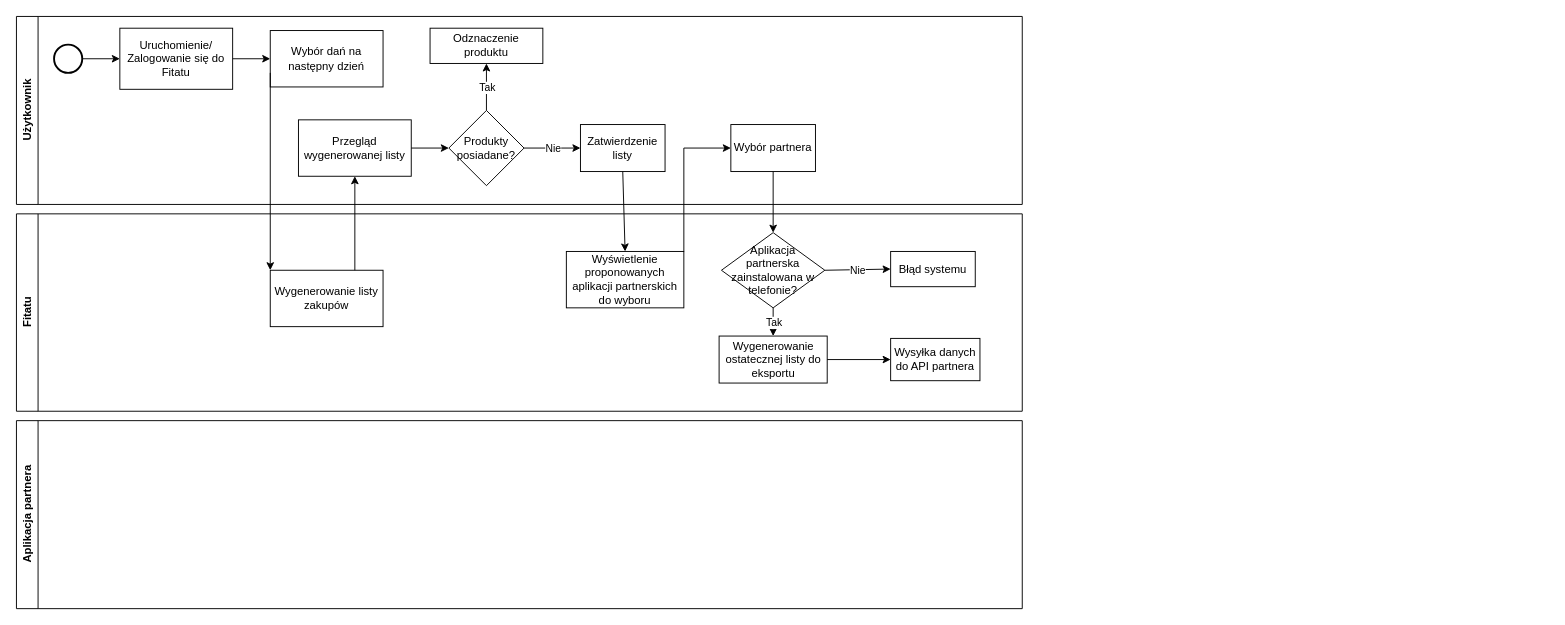
The draw.io diagram diagram.drawio in Patrycja97/fitatu, before the edit. Source tidied: cells renumbered, new cells numbered last; positions are measured from the earlier drawing's top-left corner, leaving out a move shared by most shapes. Both pictures are drawn from the tidied source at 94%, with x=0, y=0 at pixel (16, 16).
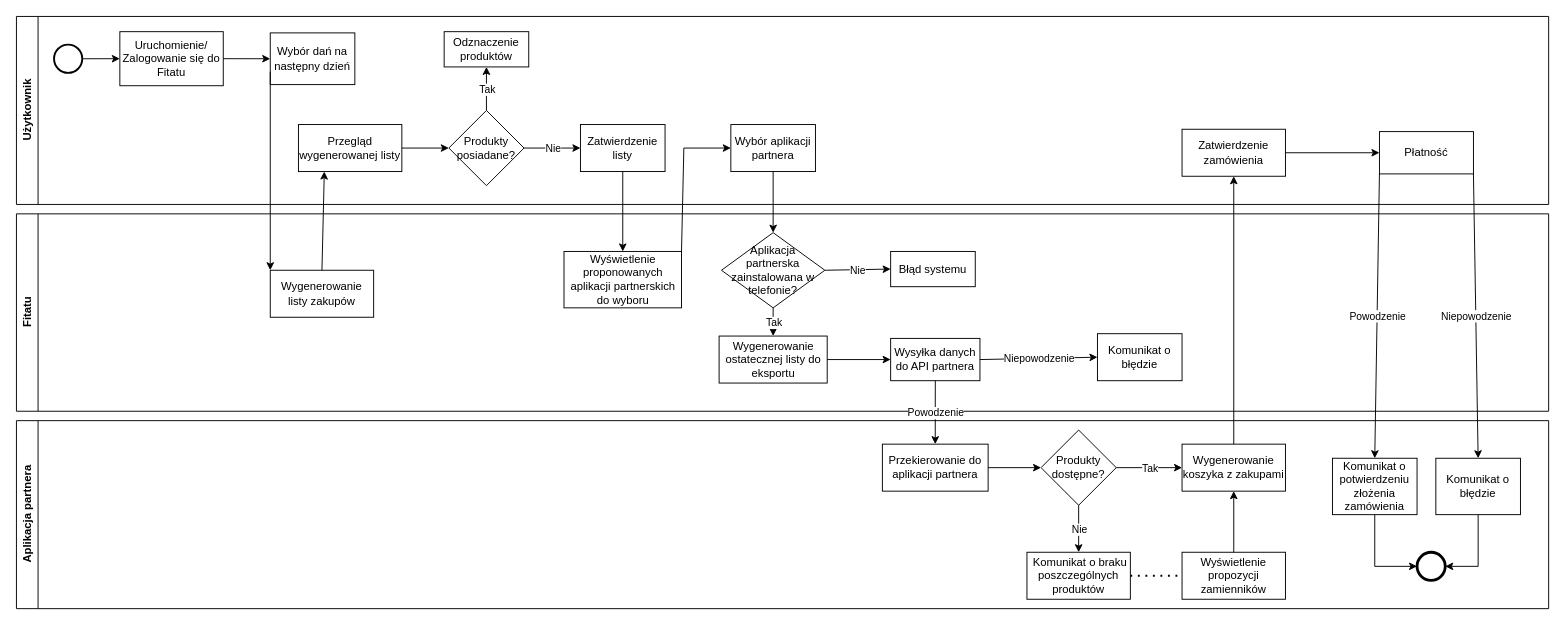
Above is the later version.

Unchanged cells that the change refers to:
```xml
<mxCell id="22" value="Wysyłka danych do API partnera" style="rounded=0;whiteSpace=wrap;html=1;" parent="19" vertex="1">
  <mxGeometry x="930" y="132.5" width="95" height="45" as="geometry" />
</mxCell>
```

The edit, as a diff of the source:
```diff
@@
     <mxCell id="2" value="Użytkownik" style="swimlane;horizontal=0;whiteSpace=wrap;html=1;" parent="1" vertex="1">
-      <mxGeometry width="1070" height="200" as="geometry" />
+      <mxGeometry width="1630" height="200" as="geometry" />
     </mxCell>
@@
     <mxCell id="4" value="Uruchomienie/ Zalogowanie się do Fitatu" style="rounded=0;whiteSpace=wrap;html=1;" parent="2" vertex="1">
-      <mxGeometry x="110" y="12.5" width="120" height="65" as="geometry" />
+      <mxGeometry x="110" y="16.2" width="110" height="57.5" as="geometry" />
     </mxCell>
@@
     <mxCell id="6" value="Wybór dań na następny dzień" style="rounded=0;whiteSpace=wrap;html=1;" parent="2" vertex="1">
-      <mxGeometry x="270" y="15" width="120" height="60" as="geometry" />
+      <mxGeometry x="270" y="17.5" width="90" height="55" as="geometry" />
     </mxCell>
@@
     <mxCell id="9" value="Przegląd wygenerowanej listy" style="rounded=0;whiteSpace=wrap;html=1;" parent="2" vertex="1">
-      <mxGeometry x="300" y="110" width="120" height="60" as="geometry" />
+      <mxGeometry x="300" y="115" width="110" height="50" as="geometry" />
     </mxCell>
@@
-    <mxCell id="12" value="Odznaczenie produktu" style="rounded=0;whiteSpace=wrap;html=1;" parent="2" vertex="1">
-      <mxGeometry x="440" y="12.5" width="120" height="37.5" as="geometry" />
+    <mxCell id="12" value="Odznaczenie produktów" style="rounded=0;whiteSpace=wrap;html=1;" parent="2" vertex="1">
+      <mxGeometry x="455" y="16.2" width="90" height="37.5" as="geometry" />
     </mxCell>
@@
-    <mxCell id="18" value="Wybór partnera" style="rounded=0;whiteSpace=wrap;html=1;" parent="2" vertex="1">
+    <mxCell id="18" value="Wybór aplikacji partnera" style="rounded=0;whiteSpace=wrap;html=1;" parent="2" vertex="1">
       <mxGeometry x="760" y="115" width="90" height="50" as="geometry" />
     </mxCell>
+    <mxCell id="37" value="Zatwierdzenie zamówienia" style="rounded=0;whiteSpace=wrap;html=1;" parent="2" vertex="1">
+      <mxGeometry x="1240" y="120" width="110" height="50" as="geometry" />
+    </mxCell>
+    <mxCell id="38" value="Płatność" style="rounded=0;whiteSpace=wrap;html=1;" parent="2" vertex="1">
+      <mxGeometry x="1450" y="122.5" width="100" height="45" as="geometry" />
+    </mxCell>
+    <mxCell id="39" style="endArrow=classic;html=1;rounded=0;exitX=1;exitY=0.5;exitDx=0;exitDy=0;entryX=0;entryY=0.5;entryDx=0;entryDy=0;" parent="2" edge="1" source="37" target="38">
+      <mxGeometry relative="1" as="geometry" />
+    </mxCell>
     <mxCell id="19" value="Fitatu" style="swimlane;horizontal=0;whiteSpace=wrap;html=1;" parent="1" vertex="1">
-      <mxGeometry y="210" width="1070" height="210" as="geometry" />
+      <mxGeometry y="210" width="1630" height="210" as="geometry" />
     </mxCell>
     <mxCell id="20" value="Wygenerowanie listy zakupów" style="rounded=0;whiteSpace=wrap;html=1;" parent="19" vertex="1">
-      <mxGeometry x="270" y="60" width="120" height="60" as="geometry" />
+      <mxGeometry x="270" y="60" width="110" height="50" as="geometry" />
     </mxCell>
@@
     <mxCell id="24" value="Wyświetlenie proponowanych aplikacji partnerskich do wyboru" style="rounded=0;whiteSpace=wrap;html=1;" parent="19" vertex="1">
-      <mxGeometry x="585" y="40" width="125" height="60" as="geometry" />
+      <mxGeometry x="582.5" y="40" width="125" height="60" as="geometry" />
     </mxCell>
@@
+    <mxCell id="40" value="Komunikat o błędzie" style="rounded=0;whiteSpace=wrap;html=1;" parent="19" vertex="1">
+      <mxGeometry x="1150" y="127.5" width="90" height="50" as="geometry" />
+    </mxCell>
+    <mxCell id="41" style="endArrow=classic;html=1;rounded=0;exitX=1;exitY=0.5;exitDx=0;exitDy=0;entryX=0;entryY=0.5;entryDx=0;entryDy=0;" parent="19" edge="1" source="22" target="40">
+      <mxGeometry relative="1" as="geometry" />
+    </mxCell>
+    <mxCell id="42" value="Niepowodzenie" style="edgeLabel;html=1;align=center;verticalAlign=middle;" parent="41" vertex="1">
+      <mxGeometry relative="1" as="geometry" />
+    </mxCell>
     <mxCell id="31" value="Aplikacja partnera" style="swimlane;horizontal=0;whiteSpace=wrap;html=1;" parent="1" vertex="1">
-      <mxGeometry y="430" width="1070" height="200" as="geometry" />
+      <mxGeometry y="430" width="1630" height="200" as="geometry" />
     </mxCell>
+    <mxCell id="43" value="Przekierowanie do aplikacji partnera" style="rounded=0;whiteSpace=wrap;html=1;" parent="31" vertex="1">
+      <mxGeometry x="921.2" y="25" width="112.5" height="50" as="geometry" />
+    </mxCell>
+    <mxCell id="44" value="Produkty dostępne?" style="rhombus;whiteSpace=wrap;html=1;" parent="31" vertex="1">
+      <mxGeometry x="1090" y="10" width="80" height="80" as="geometry" />
+    </mxCell>
+    <mxCell id="45" style="endArrow=classic;html=1;rounded=0;exitX=1;exitY=0.5;exitDx=0;exitDy=0;entryX=0;entryY=0.5;entryDx=0;entryDy=0;" parent="31" edge="1" source="43" target="44">
+      <mxGeometry relative="1" as="geometry" />
+    </mxCell>
+    <mxCell id="46" value="&amp;nbsp;Komunikat o braku poszczególnych produktów" style="rounded=0;whiteSpace=wrap;html=1;" parent="31" vertex="1">
+      <mxGeometry x="1075" y="140" width="110" height="50" as="geometry" />
+    </mxCell>
+    <mxCell id="47" value="Wyświetlenie propozycji zamienników" style="rounded=0;whiteSpace=wrap;html=1;" parent="31" vertex="1">
+      <mxGeometry x="1240" y="140" width="110" height="50" as="geometry" />
+    </mxCell>
+    <mxCell id="48" value="Wygenerowanie koszyka z zakupami" style="rounded=0;whiteSpace=wrap;html=1;" parent="31" vertex="1">
+      <mxGeometry x="1240" y="25" width="110" height="50" as="geometry" />
+    </mxCell>
+    <mxCell id="49" style="endArrow=classic;html=1;rounded=0;exitX=0.5;exitY=0;exitDx=0;exitDy=0;entryX=0.5;entryY=1;entryDx=0;entryDy=0;" parent="31" edge="1" source="47" target="48">
+      <mxGeometry relative="1" as="geometry" />
+    </mxCell>
+    <mxCell id="50" style="points=[[0.145,0.145,0],[0.5,0,0],[0.855,0.145,0],[1,0.5,0],[0.855,0.855,0],[0.5,1,0],[0.145,0.855,0],[0,0.5,0]];shape=mxgraph.bpmn.event;html=1;verticalLabelPosition=bottom;labelBackgroundColor=#ffffff;verticalAlign=top;align=center;perimeter=ellipsePerimeter;outlineConnect=0;outline=end;symbol=terminate2;" parent="31" vertex="1">
+      <mxGeometry x="1490" y="140" width="30" height="30" as="geometry" />
+    </mxCell>
+    <mxCell id="51" value="Komunikat o potwierdzeniu złożenia zamówienia" style="rounded=0;whiteSpace=wrap;html=1;" parent="31" vertex="1">
+      <mxGeometry x="1400" y="40" width="90" height="60" as="geometry" />
+    </mxCell>
+    <mxCell id="52" value="Komunikat o błędzie" style="rounded=0;whiteSpace=wrap;html=1;" parent="31" vertex="1">
+      <mxGeometry x="1510" y="40" width="90" height="60" as="geometry" />
+    </mxCell>
+    <mxCell id="53" style="endArrow=classic;html=1;rounded=0;exitX=0.5;exitY=1;exitDx=0;exitDy=0;entryX=0;entryY=0.5;entryDx=0;entryDy=0;entryPerimeter=0;" parent="31" edge="1" source="51" target="50">
+      <mxGeometry relative="1" as="geometry">
+        <Array as="points">
+          <mxPoint x="1445" y="155" />
+        </Array>
+      </mxGeometry>
+    </mxCell>
+    <mxCell id="54" style="endArrow=classic;html=1;rounded=0;exitX=0.5;exitY=1;exitDx=0;exitDy=0;entryX=1;entryY=0.5;entryDx=0;entryDy=0;entryPerimeter=0;" parent="31" edge="1" source="52" target="50">
+      <mxGeometry relative="1" as="geometry">
+        <Array as="points">
+          <mxPoint x="1555" y="155" />
+        </Array>
+      </mxGeometry>
+    </mxCell>
-    <mxCell id="32" style="endArrow=classic;html=1;rounded=0;exitX=0.75;exitY=0;exitDx=0;exitDy=0;" parent="1" edge="1" source="20">
-      <mxGeometry relative="1" as="geometry">
-        <mxPoint x="360" y="170" as="targetPoint" />
-      </mxGeometry>
+    <mxCell id="32" style="endArrow=classic;html=1;rounded=0;exitX=0.5;exitY=0;exitDx=0;exitDy=0;entryX=0.25;entryY=1;entryDx=0;entryDy=0;" parent="1" edge="1" source="20" target="9">
+      <mxGeometry relative="1" as="geometry" />
     </mxCell>
@@
+    <mxCell id="55" style="endArrow=classic;html=1;rounded=0;exitX=1;exitY=0.5;exitDx=0;exitDy=0;" parent="1" edge="1" source="44">
+      <mxGeometry relative="1" as="geometry">
+        <mxPoint x="1240" y="480" as="targetPoint" />
+      </mxGeometry>
+    </mxCell>
+    <mxCell id="56" value="Tak" style="edgeLabel;html=1;align=center;verticalAlign=middle;" parent="55" vertex="1">
+      <mxGeometry relative="1" as="geometry" />
+    </mxCell>
+    <mxCell id="57" style="endArrow=classic;html=1;rounded=0;exitX=0.5;exitY=1;exitDx=0;exitDy=0;" parent="1" edge="1" source="44">
+      <mxGeometry relative="1" as="geometry">
+        <mxPoint x="1130" y="570" as="targetPoint" />
+      </mxGeometry>
+    </mxCell>
+    <mxCell id="58" value="Nie" style="edgeLabel;html=1;align=center;verticalAlign=middle;" parent="57" vertex="1">
+      <mxGeometry relative="1" as="geometry" />
+    </mxCell>
+    <mxCell id="59" style="endArrow=classic;html=1;rounded=0;exitX=0.5;exitY=1;exitDx=0;exitDy=0;entryX=0.5;entryY=0;entryDx=0;entryDy=0;" parent="1" edge="1" source="22" target="43">
+      <mxGeometry relative="1" as="geometry" />
+    </mxCell>
+    <mxCell id="60" value="Powodzenie" style="edgeLabel;html=1;align=center;verticalAlign=middle;" parent="59" vertex="1">
+      <mxGeometry relative="1" as="geometry" />
+    </mxCell>
+    <mxCell id="61" style="endArrow=none;dashed=1;html=1;dashPattern=1 3;strokeWidth=2;rounded=0;exitX=1;exitY=0.5;exitDx=0;exitDy=0;" parent="1" edge="1" source="46">
+      <mxGeometry relative="1" as="geometry">
+        <mxPoint x="1240" y="595" as="targetPoint" />
+      </mxGeometry>
+    </mxCell>
+    <mxCell id="62" style="endArrow=classic;html=1;rounded=0;exitX=0.5;exitY=0;exitDx=0;exitDy=0;" parent="1" edge="1" source="48">
+      <mxGeometry relative="1" as="geometry">
+        <mxPoint x="1295" y="170" as="targetPoint" />
+      </mxGeometry>
+    </mxCell>
+    <mxCell id="63" style="endArrow=classic;html=1;rounded=0;exitX=0;exitY=1;exitDx=0;exitDy=0;entryX=0.5;entryY=0;entryDx=0;entryDy=0;" parent="1" edge="1" source="38" target="51">
+      <mxGeometry relative="1" as="geometry" />
+    </mxCell>
+    <mxCell id="64" value="Powodzenie" style="edgeLabel;html=1;align=center;verticalAlign=middle;" parent="63" vertex="1">
+      <mxGeometry relative="1" as="geometry" />
+    </mxCell>
+    <mxCell id="65" style="endArrow=classic;html=1;rounded=0;exitX=1;exitY=1;exitDx=0;exitDy=0;entryX=0.5;entryY=0;entryDx=0;entryDy=0;" parent="1" edge="1" source="38" target="52">
+      <mxGeometry relative="1" as="geometry" />
+    </mxCell>
+    <mxCell id="66" value="Niepowodzenie" style="edgeLabel;html=1;align=center;verticalAlign=middle;" parent="65" vertex="1">
+      <mxGeometry relative="1" as="geometry" />
+    </mxCell>
```
